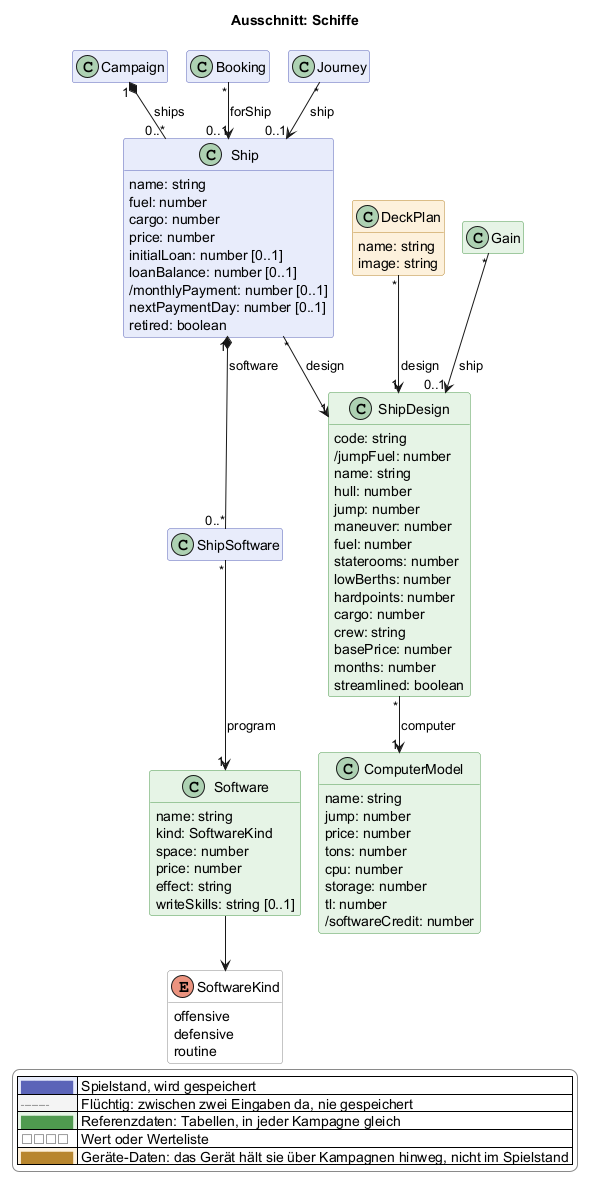
Earlier version of the PlantUML export docs/views/schiffe.png (scuzzar/SRE).
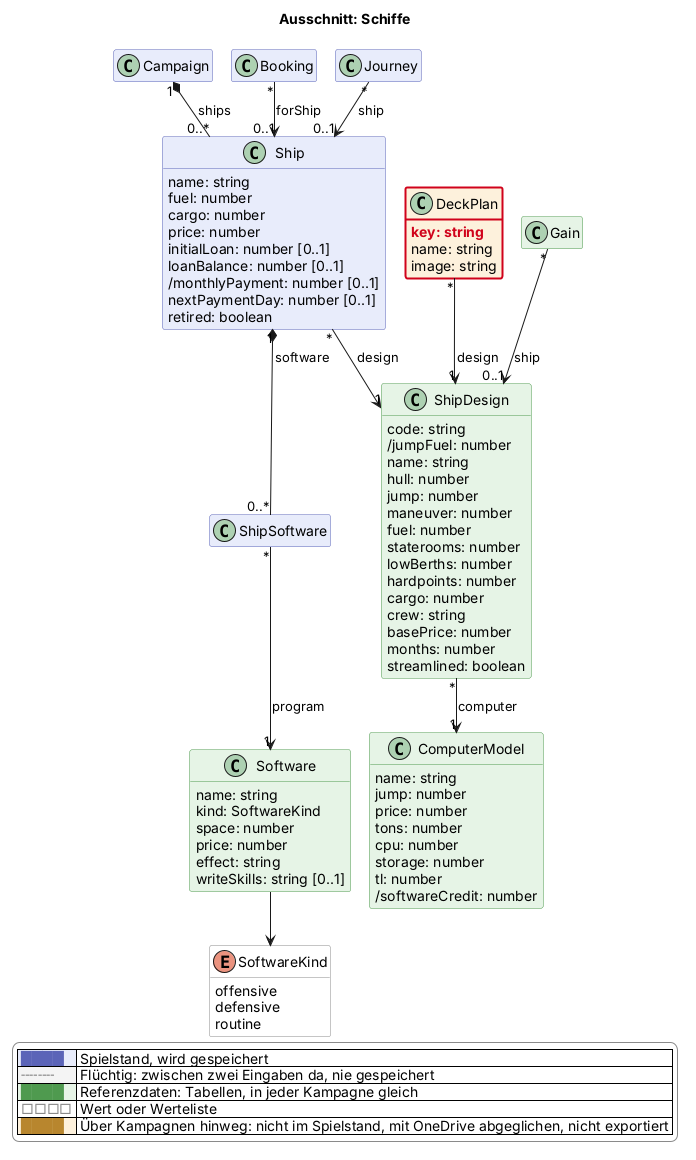
The same file after the commit.

Diff of the diagram source:
```diff
@@ -126,6 +126,7 @@
     routine
   }
   class DeckPlan <<browser>> $schiffe {
+    $new("2026-11-17", "key: string")
     name: string
     image: string
   }
@@ -167,6 +168,7 @@
   |<#f4f4f4> <color:#8a8a8a>╌╌╌╌</color> | Flüchtig: zwischen zwei Eingaben da, nie gespeichert |
   |<#e6f4e6> <color:#4f9a4f>████</color> | Referenzdaten: Tabellen, in jeder Kampagne gleich |
   |<#ffffff> <color:#8a8a8a>□□□□</color> | Wert oder Werteliste |
-  |<#fdf1dc> <color:#b8862e>████</color> | Geräte-Daten: das Gerät hält sie über Kampagnen hinweg, nicht im Spielstand |
+  |<#fdf1dc> <color:#b8862e>████</color> | Über Kampagnen hinweg: nicht im Spielstand, mit OneDrive abgeglichen, nicht exportiert |
 endlegend
+class DeckPlan #line:d0021b;line.bold
 @enduml
```
